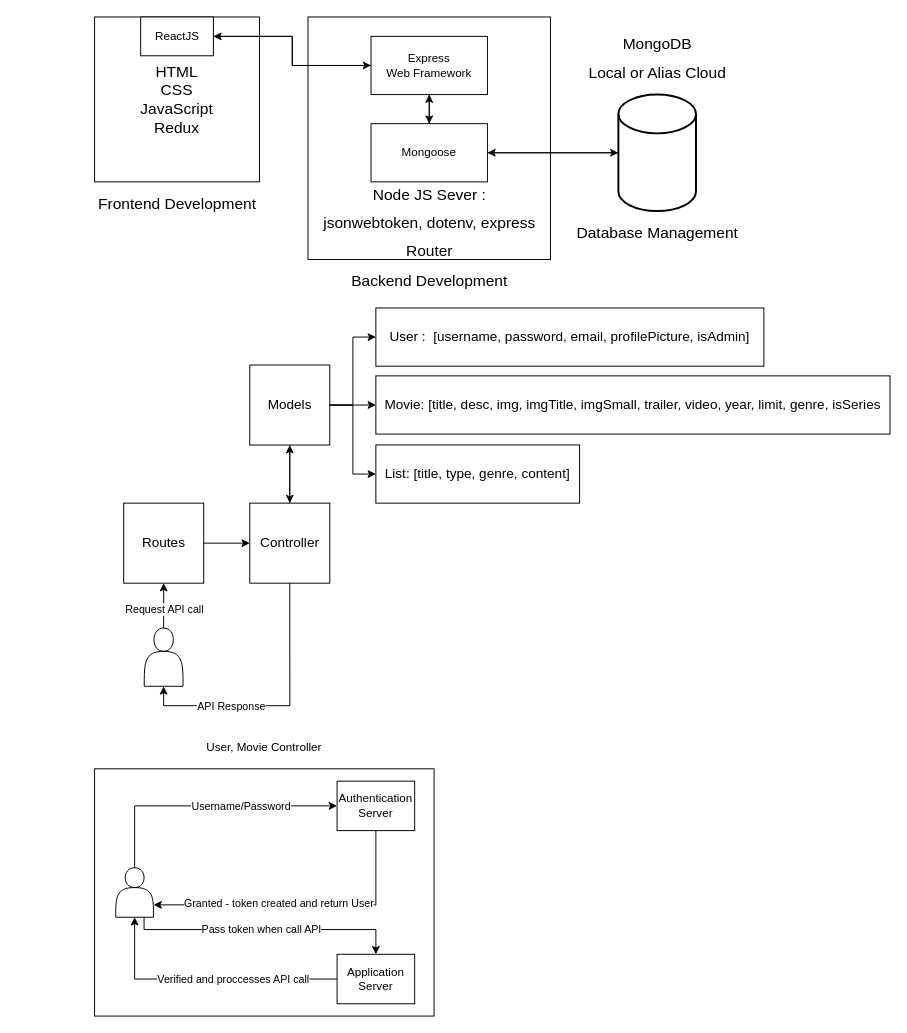
This is netflix.drawio from dylan1607/netflix, a draw.io file, before an edit. Source tidied: cells renumbered, new cells numbered last; positions are measured from the earlier drawing's top-left corner, leaving out a move shared by most shapes. Both pictures are drawn from the tidied source at 97%, with x=0, y=0 at pixel (94, 16).
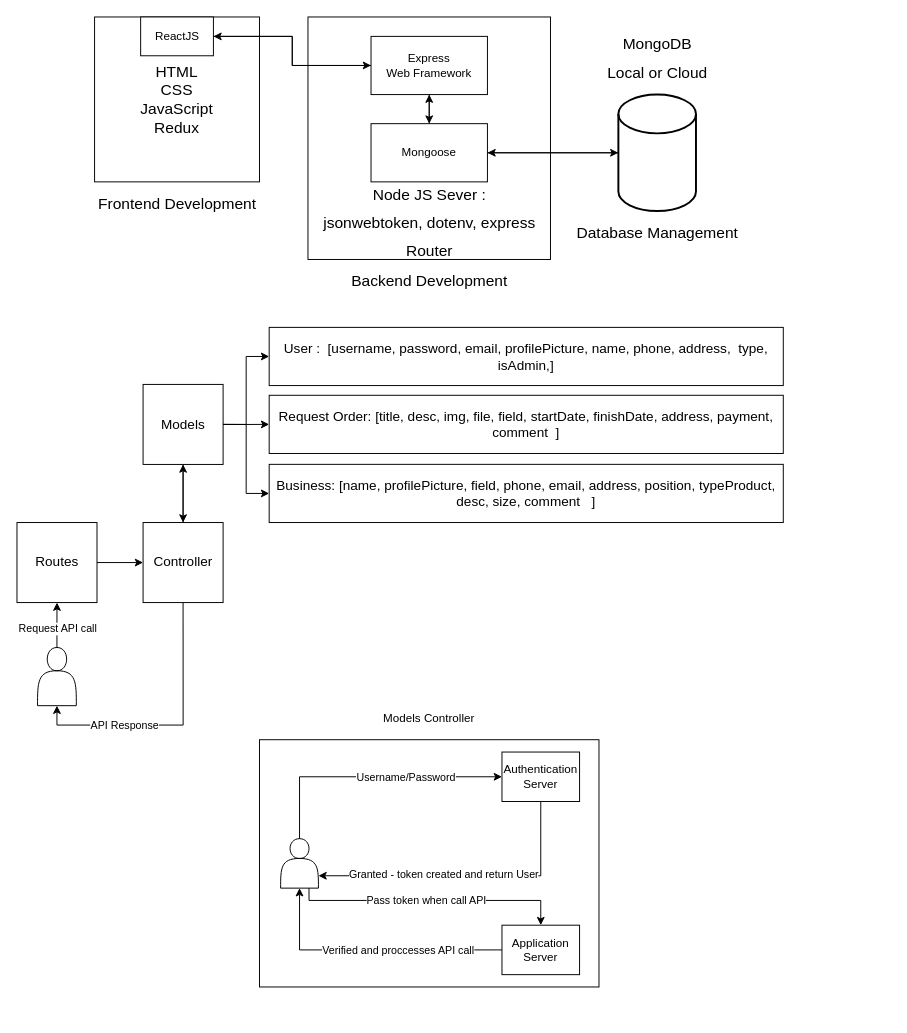
Above is the later version.

Unchanged cells that the change refers to:
```xml
<mxCell id="17" style="group;" parent="1" vertex="1">
  <mxGeometry x="530" y="20" width="100" height="220" as="geometry" />
</mxCell>
<mxCell id="44" style="group;" parent="41" vertex="1">
  <mxGeometry x="260" width="530" height="201.2" as="geometry" />
</mxCell>
```

Change to the diagram source:
```diff
@@
     <mxCell id="2" style="group;" parent="1" vertex="1">
-      <mxGeometry y="740" width="350" height="290" as="geometry" />
+      <mxGeometry x="170" y="710" width="350" height="290" as="geometry" />
     </mxCell>
-    <mxCell id="3" value="User, Movie Controller" style="text;html=1;strokeColor=none;fillColor=none;align=center;verticalAlign=middle;whiteSpace=wrap;rounded=0;" parent="2" vertex="1">
+    <mxCell id="3" value="Models Controller" style="text;html=1;strokeColor=none;fillColor=none;align=center;verticalAlign=middle;whiteSpace=wrap;rounded=0;" parent="2" vertex="1">
       <mxGeometry x="100" width="150" height="25.5" as="geometry" />
     </mxCell>
@@
-    <mxCell id="19" value="&lt;font style=&quot;font-size: 16px ; font-weight: normal&quot;&gt;MongoDB&lt;br&gt;Local or Alias Cloud&lt;br&gt;&lt;/font&gt;" style="text;strokeColor=none;fillColor=none;html=1;fontSize=24;fontStyle=1;verticalAlign=middle;align=center;" parent="17" vertex="1">
+    <mxCell id="19" value="&lt;font style=&quot;font-size: 16px ; font-weight: normal&quot;&gt;MongoDB&lt;br&gt;Local or Cloud&lt;br&gt;&lt;/font&gt;" style="text;strokeColor=none;fillColor=none;html=1;fontSize=24;fontStyle=1;verticalAlign=middle;align=center;" parent="17" vertex="1">
       <mxGeometry width="100" height="40" as="geometry" />
     </mxCell>
@@
     <mxCell id="41" style="group;" parent="1" vertex="1">
-      <mxGeometry x="30" y="300" width="790" height="390" as="geometry" />
+      <mxGeometry x="-80" y="320" width="790" height="390" as="geometry" />
     </mxCell>
@@
-    <mxCell id="45" value="&lt;span style=&quot;font-size: 14px&quot;&gt;User :&amp;nbsp; [username, password, email, profilePicture,&amp;nbsp;&lt;/span&gt;&lt;span style=&quot;font-size: 14px&quot;&gt;isAdmin]&lt;/span&gt;" style="rounded=0;whiteSpace=wrap;html=1;align=center;" parent="44" vertex="1">
-      <mxGeometry width="400" height="60" as="geometry" />
+    <mxCell id="45" value="&lt;span style=&quot;font-size: 14px&quot;&gt;User :&amp;nbsp; [username, password, email, profilePicture, name, phone, address,&amp;nbsp;&amp;nbsp;&lt;/span&gt;&lt;span style=&quot;font-size: 14px&quot;&gt;type, isAdmin,]&lt;/span&gt;" style="rounded=0;whiteSpace=wrap;html=1;align=center;" parent="44" vertex="1">
+      <mxGeometry width="530" height="60" as="geometry" />
     </mxCell>
-    <mxCell id="46" value="&lt;span style=&quot;font-size: 14px&quot;&gt;Movie: [title, desc, img, imgTitle, imgSmall, trailer, video, year, limit, genre, isSeries&lt;/span&gt;" style="rounded=0;whiteSpace=wrap;html=1;align=center;" parent="44" vertex="1">
+    <mxCell id="46" value="&lt;span style=&quot;font-size: 14px&quot;&gt;Request Order: [title, desc, img, file, field, startDate, finishDate, address, payment, comment&amp;nbsp; ]&lt;/span&gt;" style="rounded=0;whiteSpace=wrap;html=1;align=center;" parent="44" vertex="1">
       <mxGeometry y="70" width="530" height="60" as="geometry" />
     </mxCell>
-    <mxCell id="47" value="&lt;span style=&quot;font-size: 14px&quot;&gt;List: [title, type, genre, content]&lt;/span&gt;" style="rounded=0;whiteSpace=wrap;html=1;align=center;" parent="44" vertex="1">
-      <mxGeometry y="141.2" width="210" height="60" as="geometry" />
+    <mxCell id="47" value="&lt;span style=&quot;font-size: 14px&quot;&gt;Business: [name, profilePicture, field, phone, email, address, position, typeProduct, desc, size, comment&amp;nbsp; &amp;nbsp;]&lt;/span&gt;" style="rounded=0;whiteSpace=wrap;html=1;align=center;" parent="44" vertex="1">
+      <mxGeometry y="141.2" width="530" height="60" as="geometry" />
     </mxCell>
```
